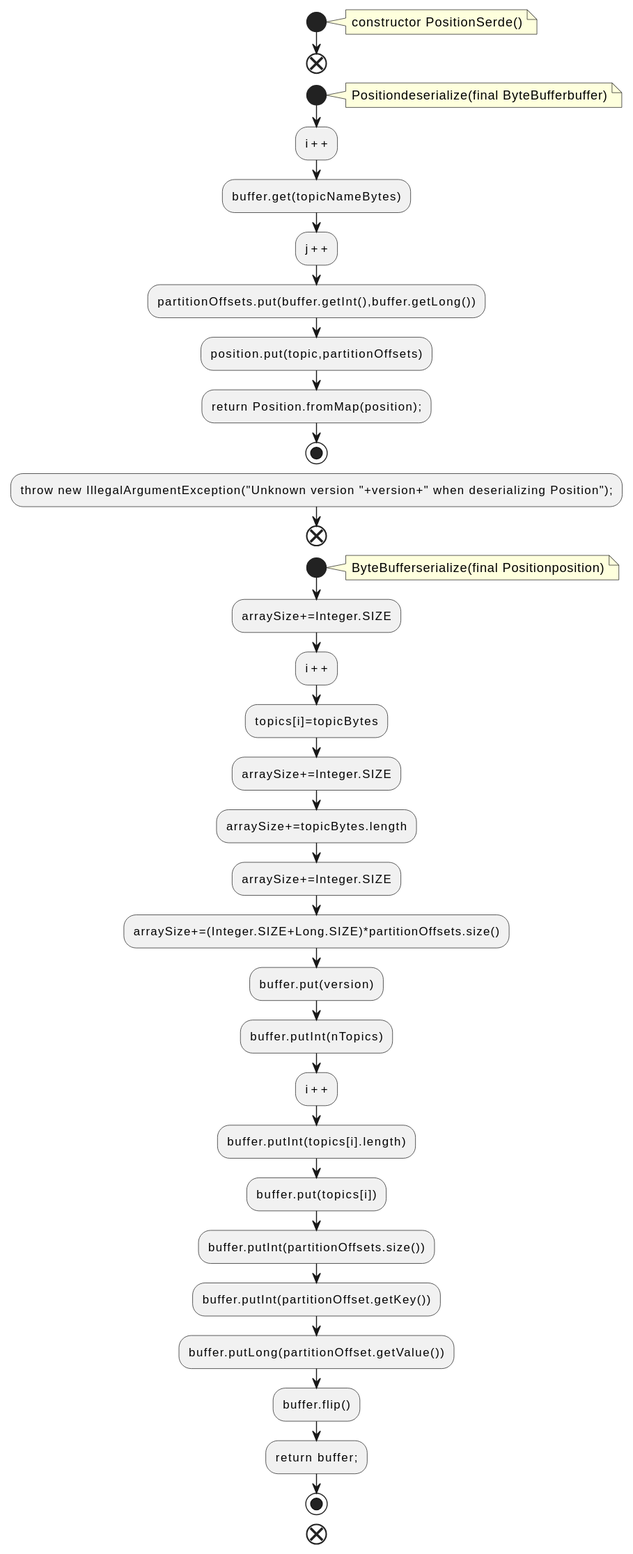
qualitesys/kafka keeps this PlantUML diagram as docs/qc/streams/src/main/java/org/apache/kafka/streams/state/internals/PositionSerde.java.fct.svg. Above is the earlier version.
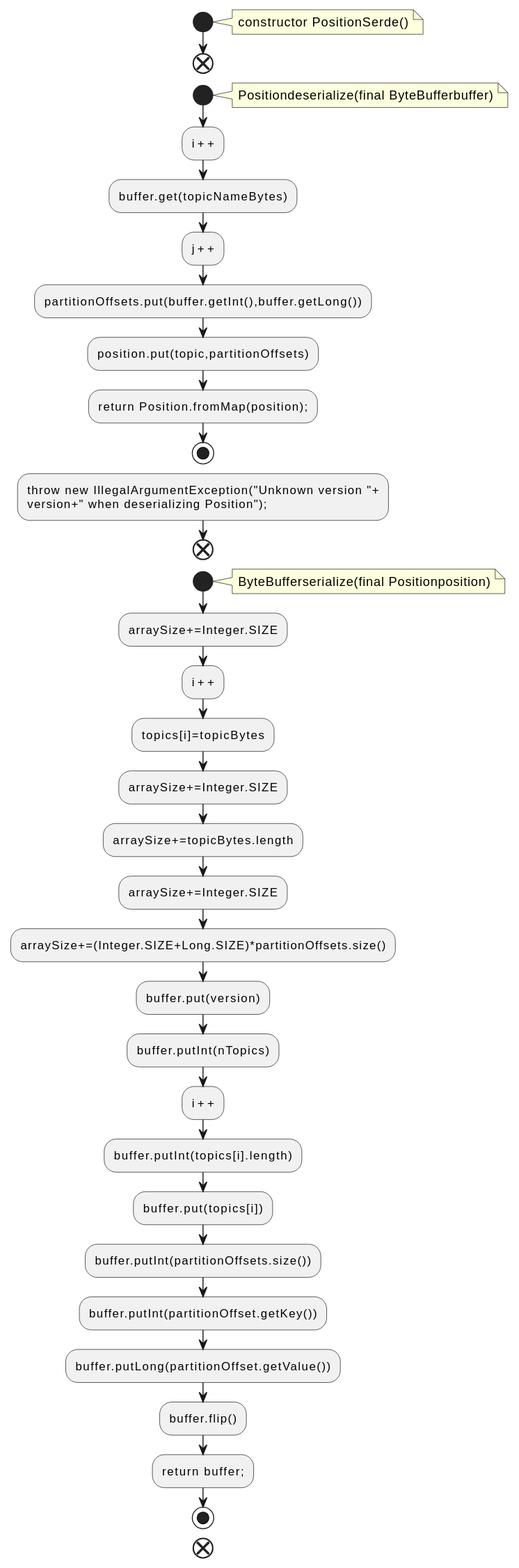
Later version of the same file.

Diff of the diagram source:
```diff
@@ -16,7 +16,8 @@
 :position.put(topic,partitionOffsets);
 :return Position.fromMap(position);;
 stop
-:throw new IllegalArgumentException("Unknown version "+version+" when deserializing Position");;
+:throw new IllegalArgumentException("Unknown version "+
+version+" when deserializing Position");;
 end
 start
 note right
```
